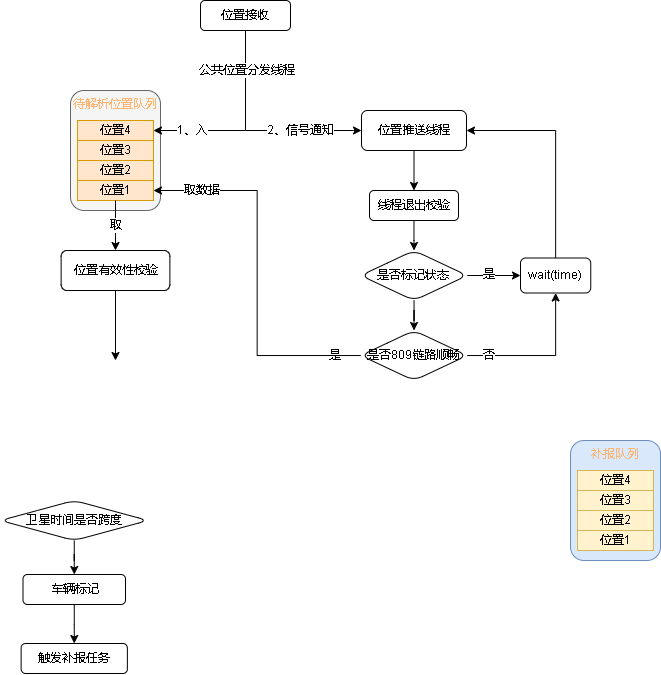
The draw.io diagram 809数据跨度.drawio.png in xktder/draw, before a commit. Source tidied: cells renumbered, new cells last; positions are measured from the earlier drawing's top-left corner, leaving out a move shared by most shapes. Source of this version:
```xml
<mxGraphModel>
  <root>
    <mxCell id="0" />
    <mxCell id="1" parent="0" />
    <mxCell id="2" style="edgeStyle=orthogonalEdgeStyle;rounded=0;jettySize=auto;html=1;fontColor=#000000;" parent="1" edge="1" source="4" target="30">
      <mxGeometry relative="1" as="geometry">
        <Array as="points">
          <mxPoint x="245" y="130" />
          <mxPoint x="353" y="130" />
        </Array>
      </mxGeometry>
    </mxCell>
    <mxCell id="3" value="2、信号通知" style="edgeLabel;html=1;align=center;verticalAlign=middle;fontColor=#000000;" parent="2" vertex="1">
      <mxGeometry x="0.66" relative="1" as="geometry">
        <mxPoint x="-25" as="offset" />
      </mxGeometry>
    </mxCell>
    <mxCell id="4" value="位置接收" style="rounded=1;whiteSpace=wrap;html=1;" parent="1" vertex="1">
      <mxGeometry x="200" width="90" height="30" as="geometry" />
    </mxCell>
    <mxCell id="5" style="edgeStyle=orthogonalEdgeStyle;rounded=0;jettySize=auto;html=1;" parent="1" edge="1" source="6" target="8">
      <mxGeometry relative="1" as="geometry" />
    </mxCell>
    <mxCell id="6" value="卫星时间是否跨度" style="rhombus;whiteSpace=wrap;html=1;rounded=1;" parent="1" vertex="1">
      <mxGeometry y="500" width="147.5" height="40" as="geometry" />
    </mxCell>
    <mxCell id="7" style="edgeStyle=orthogonalEdgeStyle;rounded=0;jettySize=auto;html=1;" parent="1" edge="1" source="8" target="9">
      <mxGeometry relative="1" as="geometry" />
    </mxCell>
    <mxCell id="8" value="车辆标记" style="whiteSpace=wrap;html=1;rounded=1;" parent="1" vertex="1">
      <mxGeometry x="22.5" y="574" width="102.5" height="30" as="geometry" />
    </mxCell>
    <mxCell id="9" value="触发补报任务" style="whiteSpace=wrap;html=1;rounded=1;" parent="1" vertex="1">
      <mxGeometry x="20.6" y="643" width="106.2" height="30" as="geometry" />
    </mxCell>
    <mxCell id="10" style="group;" parent="1" vertex="1">
      <mxGeometry x="70" y="90" width="90" height="120" as="geometry" />
    </mxCell>
    <mxCell id="11" value="&lt;font color=&quot;#ffb570&quot;&gt;待解析位置队列&lt;/font&gt;" style="rounded=1;whiteSpace=wrap;html=1;verticalAlign=top;fillColor=#f5f5f5;fontColor=#333333;strokeColor=#666666;" parent="10" vertex="1">
      <mxGeometry width="90" height="120" as="geometry" />
    </mxCell>
    <mxCell id="12" value="&lt;font color=&quot;#000000&quot;&gt;位置4&lt;/font&gt;" style="rounded=0;whiteSpace=wrap;html=1;fillColor=#ffe6cc;strokeColor=#d79b00;" parent="10" vertex="1">
      <mxGeometry x="7" y="30" width="76" height="20" as="geometry" />
    </mxCell>
    <mxCell id="13" value="&lt;font color=&quot;#000000&quot;&gt;位置3&lt;/font&gt;" style="rounded=0;whiteSpace=wrap;html=1;fillColor=#ffe6cc;strokeColor=#d79b00;" parent="10" vertex="1">
      <mxGeometry x="7" y="50" width="76" height="20" as="geometry" />
    </mxCell>
    <mxCell id="14" value="&lt;font color=&quot;#000000&quot;&gt;位置2&lt;/font&gt;" style="rounded=0;whiteSpace=wrap;html=1;fillColor=#ffe6cc;strokeColor=#d79b00;" parent="10" vertex="1">
      <mxGeometry x="7" y="70" width="76" height="20" as="geometry" />
    </mxCell>
    <mxCell id="15" value="&lt;font color=&quot;#000000&quot;&gt;位置1&lt;/font&gt;" style="rounded=0;whiteSpace=wrap;html=1;fillColor=#ffe6cc;strokeColor=#d79b00;" parent="10" vertex="1">
      <mxGeometry x="7" y="90" width="76" height="20" as="geometry" />
    </mxCell>
    <mxCell id="16" style="group;" parent="1" vertex="1">
      <mxGeometry x="570" y="440" width="90" height="120" as="geometry" />
    </mxCell>
    <mxCell id="17" value="&lt;font color=&quot;#ffb570&quot;&gt;补报队列&lt;/font&gt;" style="rounded=1;whiteSpace=wrap;html=1;verticalAlign=top;fillColor=#dae8fc;strokeColor=#6c8ebf;" parent="16" vertex="1">
      <mxGeometry width="90" height="120" as="geometry" />
    </mxCell>
    <mxCell id="18" value="&lt;font color=&quot;#000000&quot;&gt;位置4&lt;/font&gt;" style="rounded=0;whiteSpace=wrap;html=1;fillColor=#fff2cc;strokeColor=#d6b656;" parent="16" vertex="1">
      <mxGeometry x="7" y="30" width="76" height="20" as="geometry" />
    </mxCell>
    <mxCell id="19" value="&lt;font color=&quot;#000000&quot;&gt;位置3&lt;/font&gt;" style="rounded=0;whiteSpace=wrap;html=1;fillColor=#fff2cc;strokeColor=#d6b656;" parent="16" vertex="1">
      <mxGeometry x="7" y="50" width="76" height="20" as="geometry" />
    </mxCell>
    <mxCell id="20" value="&lt;font color=&quot;#000000&quot;&gt;位置2&lt;/font&gt;" style="rounded=0;whiteSpace=wrap;html=1;fillColor=#fff2cc;strokeColor=#d6b656;" parent="16" vertex="1">
      <mxGeometry x="7" y="70" width="76" height="20" as="geometry" />
    </mxCell>
    <mxCell id="21" value="&lt;font color=&quot;#000000&quot;&gt;位置1&lt;/font&gt;" style="rounded=0;whiteSpace=wrap;html=1;fillColor=#fff2cc;strokeColor=#d6b656;" parent="16" vertex="1">
      <mxGeometry x="7" y="90" width="76" height="20" as="geometry" />
    </mxCell>
    <mxCell id="22" style="edgeStyle=orthogonalEdgeStyle;rounded=0;jettySize=auto;html=1;entryX=1;entryY=0.5;entryDx=0;entryDy=0;fontColor=#000000;exitX=0.5;exitY=1;exitDx=0;exitDy=0;" parent="1" edge="1" source="4" target="12">
      <mxGeometry relative="1" as="geometry" />
    </mxCell>
    <mxCell id="23" value="1、入" style="edgeLabel;html=1;align=center;verticalAlign=middle;fontColor=#000000;" parent="22" vertex="1">
      <mxGeometry x="0.48" y="1" relative="1" as="geometry">
        <mxPoint x="-11" y="-1" as="offset" />
      </mxGeometry>
    </mxCell>
    <mxCell id="24" value="公共位置分发线程" style="edgeLabel;html=1;align=center;verticalAlign=middle;fontColor=#000000;" parent="22" vertex="1">
      <mxGeometry x="-0.69" y="1" relative="1" as="geometry">
        <mxPoint y="10" as="offset" />
      </mxGeometry>
    </mxCell>
    <mxCell id="25" style="edgeStyle=orthogonalEdgeStyle;rounded=0;jettySize=auto;html=1;exitX=0.5;exitY=1;exitDx=0;exitDy=0;fontColor=#000000;" parent="1" edge="1" source="15" target="28">
      <mxGeometry relative="1" as="geometry" />
    </mxCell>
    <mxCell id="26" value="取" style="edgeLabel;html=1;align=center;verticalAlign=middle;fontColor=#000000;" parent="25" vertex="1">
      <mxGeometry x="-0.24" relative="1" as="geometry">
        <mxPoint y="6" as="offset" />
      </mxGeometry>
    </mxCell>
    <mxCell id="27" style="edgeStyle=orthogonalEdgeStyle;rounded=0;jettySize=auto;html=1;fontColor=#000000;" parent="1" edge="1" source="28">
      <mxGeometry relative="1" as="geometry">
        <mxPoint x="115" y="360" as="targetPoint" />
      </mxGeometry>
    </mxCell>
    <mxCell id="28" value="位置有效性校验" style="rounded=1;whiteSpace=wrap;html=1;fontFamily=Helvetica;fontSize=12;fontColor=default;align=center;strokeColor=default;fillColor=default;" parent="1" vertex="1">
      <mxGeometry x="60.6" y="250" width="108.8" height="40" as="geometry" />
    </mxCell>
    <mxCell id="29" style="edgeStyle=orthogonalEdgeStyle;rounded=0;jettySize=auto;html=1;entryX=0.5;entryY=0;entryDx=0;entryDy=0;fontColor=#000000;" parent="1" edge="1" source="30" target="38">
      <mxGeometry relative="1" as="geometry" />
    </mxCell>
    <mxCell id="30" value="位置推送线程" style="rounded=1;whiteSpace=wrap;html=1;fontColor=#000000;" parent="1" vertex="1">
      <mxGeometry x="361" y="110" width="105" height="40" as="geometry" />
    </mxCell>
    <mxCell id="31" style="edgeStyle=orthogonalEdgeStyle;rounded=0;jettySize=auto;html=1;fontColor=#000000;" parent="1" edge="1" source="34" target="36">
      <mxGeometry relative="1" as="geometry" />
    </mxCell>
    <mxCell id="32" value="是" style="edgeLabel;html=1;align=center;verticalAlign=middle;fontColor=#000000;" parent="31" vertex="1">
      <mxGeometry x="-0.19" y="1" relative="1" as="geometry" />
    </mxCell>
    <mxCell id="33" style="edgeStyle=orthogonalEdgeStyle;rounded=0;jettySize=auto;html=1;fontColor=#000000;" parent="1" edge="1" source="34" target="44">
      <mxGeometry relative="1" as="geometry" />
    </mxCell>
    <mxCell id="34" value="是否标记状态" style="rhombus;whiteSpace=wrap;html=1;fontColor=#000000;rounded=1;" parent="1" vertex="1">
      <mxGeometry x="360.2" y="250" width="106.5" height="50" as="geometry" />
    </mxCell>
    <mxCell id="35" style="edgeStyle=orthogonalEdgeStyle;rounded=0;jettySize=auto;html=1;entryX=1;entryY=0.5;entryDx=0;entryDy=0;fontColor=#000000;" parent="1" edge="1" source="36" target="30">
      <mxGeometry relative="1" as="geometry">
        <Array as="points">
          <mxPoint x="555" y="130" />
        </Array>
      </mxGeometry>
    </mxCell>
    <mxCell id="36" value="wait(time)" style="whiteSpace=wrap;html=1;fontColor=#000000;rounded=1;" parent="1" vertex="1">
      <mxGeometry x="520" y="257.5" width="70.2" height="35" as="geometry" />
    </mxCell>
    <mxCell id="37" style="edgeStyle=orthogonalEdgeStyle;rounded=0;jettySize=auto;html=1;fontColor=#000000;" parent="1" edge="1" source="38" target="34">
      <mxGeometry relative="1" as="geometry" />
    </mxCell>
    <mxCell id="38" value="线程退出校验" style="rounded=1;whiteSpace=wrap;html=1;fontFamily=Helvetica;fontSize=12;fontColor=#000000;align=center;strokeColor=default;fillColor=default;" parent="1" vertex="1">
      <mxGeometry x="369" y="190" width="89" height="30" as="geometry" />
    </mxCell>
    <mxCell id="39" style="edgeStyle=orthogonalEdgeStyle;rounded=0;jettySize=auto;html=1;fontColor=#000000;" parent="1" edge="1" source="44" target="36">
      <mxGeometry relative="1" as="geometry" />
    </mxCell>
    <mxCell id="40" value="否" style="edgeLabel;html=1;align=center;verticalAlign=middle;fontColor=#000000;" parent="39" vertex="1">
      <mxGeometry x="-0.77" y="-3" relative="1" as="geometry">
        <mxPoint x="4" y="-3" as="offset" />
      </mxGeometry>
    </mxCell>
    <mxCell id="41" style="edgeStyle=orthogonalEdgeStyle;rounded=0;jettySize=auto;html=1;entryX=1;entryY=0.5;entryDx=0;entryDy=0;fontColor=#000000;" parent="1" edge="1" source="44" target="15">
      <mxGeometry relative="1" as="geometry" />
    </mxCell>
    <mxCell id="42" value="取数据" style="edgeLabel;html=1;align=center;verticalAlign=middle;fontColor=#000000;" parent="41" vertex="1">
      <mxGeometry x="0.65" y="-1" relative="1" as="geometry">
        <mxPoint x="-18" y="1" as="offset" />
      </mxGeometry>
    </mxCell>
    <mxCell id="43" value="是" style="edgeLabel;html=1;align=center;verticalAlign=middle;fontColor=#000000;" parent="41" vertex="1">
      <mxGeometry x="-0.86" y="1" relative="1" as="geometry">
        <mxPoint y="-1" as="offset" />
      </mxGeometry>
    </mxCell>
    <mxCell id="44" value="是否809链路顺畅" style="rhombus;whiteSpace=wrap;html=1;fontColor=#000000;rounded=1;" parent="1" vertex="1">
      <mxGeometry x="360.2" y="330" width="106.5" height="50" as="geometry" />
    </mxCell>
  </root>
</mxGraphModel>
```
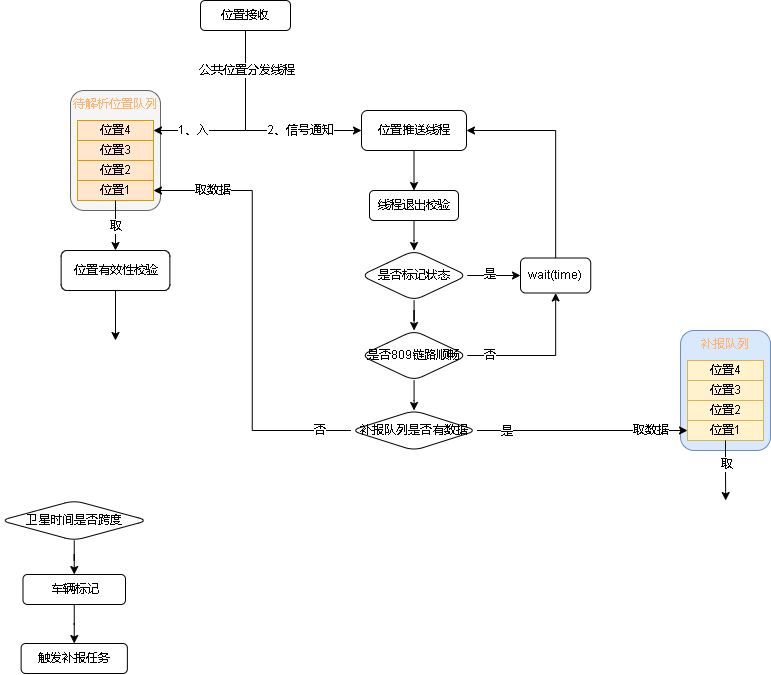
After the commit.

Commit message:
更新809数据跨度.drawio.png

What changed in the source:
```diff
@@ -52,7 +52,7 @@
       <mxGeometry x="7" y="90" width="76" height="20" as="geometry" />
     </mxCell>
     <mxCell id="16" style="group;" parent="1" vertex="1">
-      <mxGeometry x="570" y="440" width="90" height="120" as="geometry" />
+      <mxGeometry x="680" y="330" width="90" height="120" as="geometry" />
     </mxCell>
     <mxCell id="17" value="&lt;font color=&quot;#ffb570&quot;&gt;补报队列&lt;/font&gt;" style="rounded=1;whiteSpace=wrap;html=1;verticalAlign=top;fillColor=#dae8fc;strokeColor=#6c8ebf;" parent="16" vertex="1">
       <mxGeometry width="90" height="120" as="geometry" />
@@ -92,7 +92,7 @@
     </mxCell>
     <mxCell id="27" style="edgeStyle=orthogonalEdgeStyle;rounded=0;jettySize=auto;html=1;fontColor=#000000;" parent="1" edge="1" source="28">
       <mxGeometry relative="1" as="geometry">
-        <mxPoint x="115" y="360" as="targetPoint" />
+        <mxPoint x="115" y="340" as="targetPoint" />
       </mxGeometry>
     </mxCell>
     <mxCell id="28" value="位置有效性校验" style="rounded=1;whiteSpace=wrap;html=1;fontFamily=Helvetica;fontSize=12;fontColor=default;align=center;strokeColor=default;fillColor=default;" parent="1" vertex="1">
@@ -140,7 +140,7 @@
         <mxPoint x="4" y="-3" as="offset" />
       </mxGeometry>
     </mxCell>
-    <mxCell id="41" style="edgeStyle=orthogonalEdgeStyle;rounded=0;jettySize=auto;html=1;entryX=1;entryY=0.5;entryDx=0;entryDy=0;fontColor=#000000;" parent="1" edge="1" source="44" target="15">
+    <mxCell id="41" style="edgeStyle=orthogonalEdgeStyle;rounded=0;jettySize=auto;html=1;entryX=1;entryY=0.5;entryDx=0;entryDy=0;fontColor=#000000;exitX=0;exitY=0.5;exitDx=0;exitDy=0;" parent="1" edge="1" source="49" target="15">
       <mxGeometry relative="1" as="geometry" />
     </mxCell>
     <mxCell id="42" value="取数据" style="edgeLabel;html=1;align=center;verticalAlign=middle;fontColor=#000000;" parent="41" vertex="1">
@@ -148,13 +148,36 @@
         <mxPoint x="-18" y="1" as="offset" />
       </mxGeometry>
     </mxCell>
-    <mxCell id="43" value="是" style="edgeLabel;html=1;align=center;verticalAlign=middle;fontColor=#000000;" parent="41" vertex="1">
+    <mxCell id="43" value="否" style="edgeLabel;html=1;align=center;verticalAlign=middle;fontColor=#000000;" parent="41" vertex="1">
       <mxGeometry x="-0.86" y="1" relative="1" as="geometry">
         <mxPoint y="-1" as="offset" />
       </mxGeometry>
     </mxCell>
+    <mxCell id="45" style="edgeStyle=orthogonalEdgeStyle;rounded=0;jettySize=auto;html=1;fontColor=#000000;" parent="1" edge="1" source="44" target="49">
+      <mxGeometry relative="1" as="geometry" />
+    </mxCell>
     <mxCell id="44" value="是否809链路顺畅" style="rhombus;whiteSpace=wrap;html=1;fontColor=#000000;rounded=1;" parent="1" vertex="1">
       <mxGeometry x="360.2" y="330" width="106.5" height="50" as="geometry" />
     </mxCell>
+    <mxCell id="46" style="edgeStyle=orthogonalEdgeStyle;rounded=0;jettySize=auto;html=1;fontColor=#000000;" parent="1" edge="1" source="49" target="21">
+      <mxGeometry relative="1" as="geometry" />
+    </mxCell>
+    <mxCell id="47" value="是" style="edgeLabel;html=1;align=center;verticalAlign=middle;fontColor=#000000;" parent="46" vertex="1">
+      <mxGeometry x="-0.72" y="-1" relative="1" as="geometry" />
+    </mxCell>
+    <mxCell id="48" value="取数据" style="edgeLabel;html=1;align=center;verticalAlign=middle;fontColor=#000000;" parent="46" vertex="1">
+      <mxGeometry x="0.65" relative="1" as="geometry" />
+    </mxCell>
+    <mxCell id="49" value="补报队列是否有数据" style="rhombus;whiteSpace=wrap;html=1;fontColor=#000000;rounded=1;" parent="1" vertex="1">
+      <mxGeometry x="350.5" y="410" width="126" height="40" as="geometry" />
+    </mxCell>
+    <mxCell id="50" style="edgeStyle=orthogonalEdgeStyle;rounded=0;jettySize=auto;html=1;exitX=0.5;exitY=1;exitDx=0;exitDy=0;fontColor=#000000;" parent="1" edge="1" source="21">
+      <mxGeometry relative="1" as="geometry">
+        <mxPoint x="725.2" y="500" as="targetPoint" />
+      </mxGeometry>
+    </mxCell>
+    <mxCell id="51" value="取" style="edgeLabel;html=1;align=center;verticalAlign=middle;fontColor=#000000;" parent="50" vertex="1">
+      <mxGeometry x="-0.21" y="1" relative="1" as="geometry" />
+    </mxCell>
   </root>
 </mxGraphModel>
```
